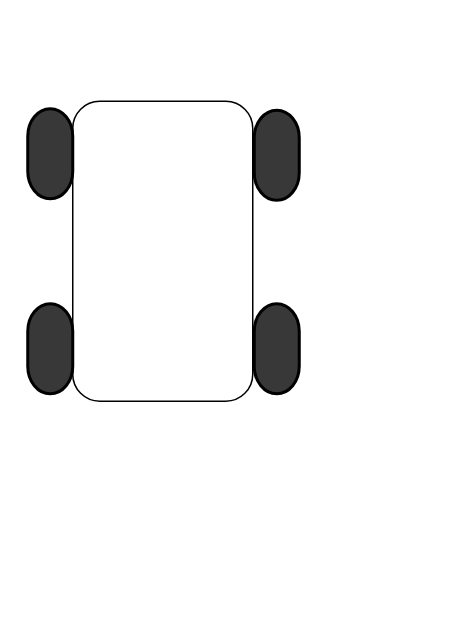
Before: Sensores.drawio in apguilar/ElectroTech-WRO-2024, a draw.io diagram. Source tidied: cells renumbered, new cells numbered last; positions are measured from the earlier drawing's top-left corner, leaving out a move shared by most shapes. Both pictures are drawn from the tidied source at 150%, with x=0, y=0 at pixel (4, 100).
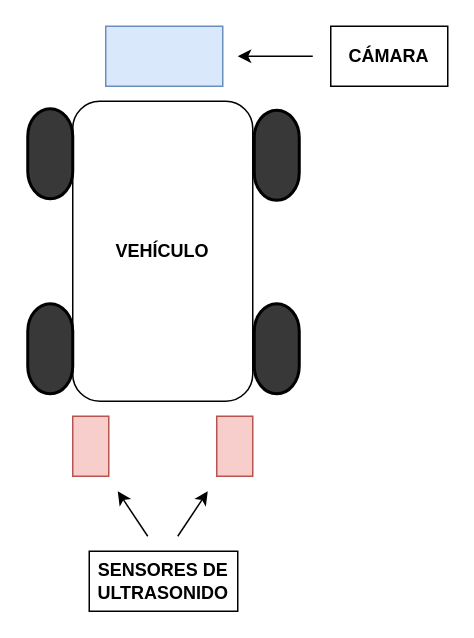
After the change.

What changed in the source:
```diff
@@
 <mxGraphModel>
   <root>
     <mxCell id="0" />
     <mxCell id="1" parent="0" />
-    <mxCell id="2" style="rounded=1;whiteSpace=wrap;html=1;" parent="1" vertex="1">
+    <mxCell id="2" value="&lt;b&gt;VEHÍCULO&lt;/b&gt;" style="rounded=1;whiteSpace=wrap;html=1;" parent="1" vertex="1">
       <mxGeometry x="45" width="120" height="200" as="geometry" />
     </mxCell>
     <mxCell id="3" style="strokeWidth=2;html=1;shape=mxgraph.flowchart.terminator;whiteSpace=wrap;rotation=90;fillColor=#383838;" parent="1" vertex="1">
       <mxGeometry y="20" width="60" height="30" as="geometry" />
     </mxCell>
     <mxCell id="4" style="strokeWidth=2;html=1;shape=mxgraph.flowchart.terminator;whiteSpace=wrap;rotation=90;fillColor=#383838;" parent="1" vertex="1">
       <mxGeometry y="150" width="60" height="30" as="geometry" />
     </mxCell>
     <mxCell id="5" style="strokeWidth=2;html=1;shape=mxgraph.flowchart.terminator;whiteSpace=wrap;rotation=90;fillColor=#383838;" parent="1" vertex="1">
       <mxGeometry x="151" y="21" width="60" height="30" as="geometry" />
     </mxCell>
     <mxCell id="6" style="strokeWidth=2;html=1;shape=mxgraph.flowchart.terminator;whiteSpace=wrap;rotation=90;fillColor=#383838;" parent="1" vertex="1">
       <mxGeometry x="151" y="150" width="60" height="30" as="geometry" />
     </mxCell>
+    <mxCell id="7" style="rounded=0;whiteSpace=wrap;html=1;fillColor=#dae8fc;strokeColor=#6c8ebf;" parent="1" vertex="1">
+      <mxGeometry x="67" y="-50" width="78" height="40" as="geometry" />
+    </mxCell>
+    <mxCell id="8" style="rounded=0;whiteSpace=wrap;html=1;fillColor=#f8cecc;strokeColor=#b85450;" parent="1" vertex="1">
+      <mxGeometry x="45" y="210" width="24" height="40" as="geometry" />
+    </mxCell>
+    <mxCell id="9" style="rounded=0;whiteSpace=wrap;html=1;fillColor=#f8cecc;strokeColor=#b85450;" parent="1" vertex="1">
+      <mxGeometry x="141" y="210" width="24" height="40" as="geometry" />
+    </mxCell>
+    <mxCell id="10" value="SENSORES DE ULTRASONIDO" style="rounded=0;whiteSpace=wrap;html=1;fontStyle=1;" parent="1" vertex="1">
+      <mxGeometry x="56" y="300" width="99" height="40" as="geometry" />
+    </mxCell>
+    <mxCell id="11" value="&lt;b&gt;CÁMARA&lt;/b&gt;" style="rounded=0;whiteSpace=wrap;html=1;" parent="1" vertex="1">
+      <mxGeometry x="217" y="-50" width="78" height="40" as="geometry" />
+    </mxCell>
+    <mxCell id="12" style="endArrow=classic;html=1;rounded=0;" parent="1" edge="1">
+      <mxGeometry relative="1" as="geometry">
+        <mxPoint x="115" y="290" as="sourcePoint" />
+        <mxPoint x="135" y="260" as="targetPoint" />
+      </mxGeometry>
+    </mxCell>
+    <mxCell id="13" style="endArrow=classic;html=1;rounded=0;" parent="1" edge="1">
+      <mxGeometry relative="1" as="geometry">
+        <mxPoint x="95" y="290" as="sourcePoint" />
+        <mxPoint x="75" y="260" as="targetPoint" />
+      </mxGeometry>
+    </mxCell>
+    <mxCell id="14" style="endArrow=classic;html=1;rounded=0;" parent="1" edge="1">
+      <mxGeometry relative="1" as="geometry">
+        <mxPoint x="205" y="-30" as="sourcePoint" />
+        <mxPoint x="155" y="-30" as="targetPoint" />
+      </mxGeometry>
+    </mxCell>
   </root>
 </mxGraphModel>
```
